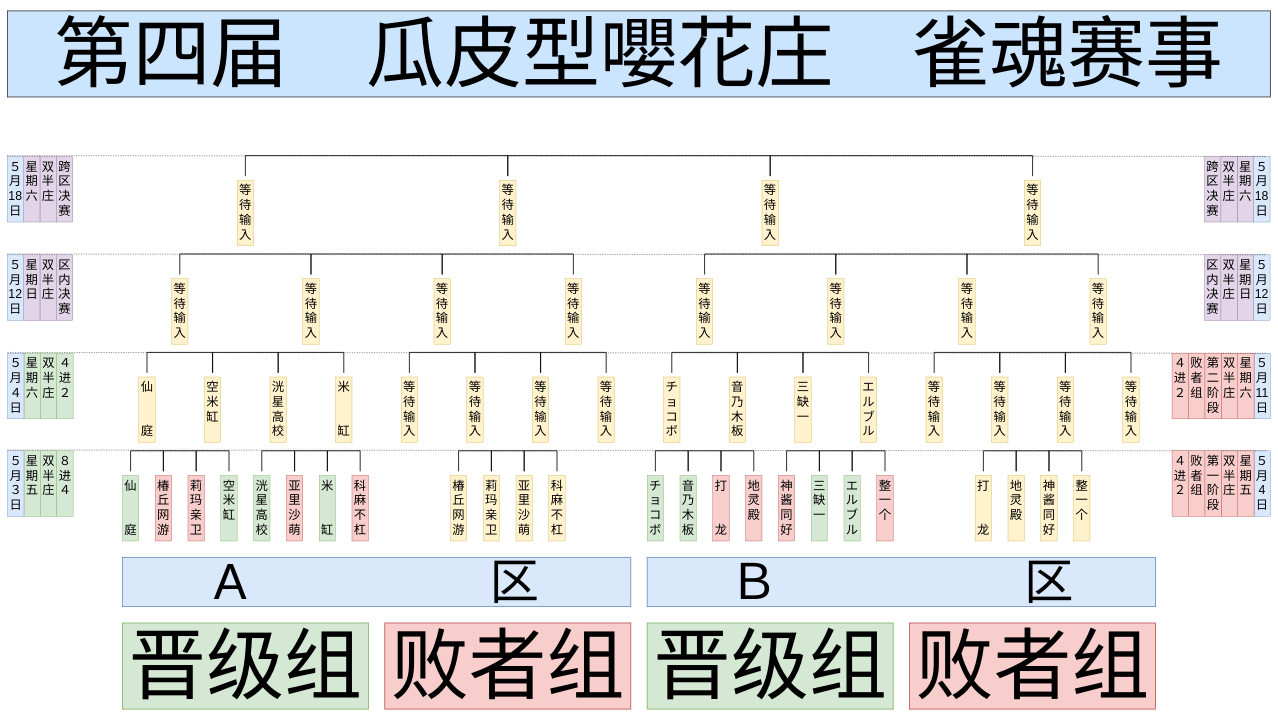
Above: page "4th" (2 of 2) of Tree Diagram/Tree Diagram.drawio in psc2350/pcr.mahjong.hexo (draw.io), before the change. Source tidied: cells renumbered, new cells numbered last; positions are measured from the earlier drawing's top-left corner, leaving out a move shared by most shapes. Both pictures are drawn from the tidied source at 41%, with x=0, y=0 at pixel (7, 11).
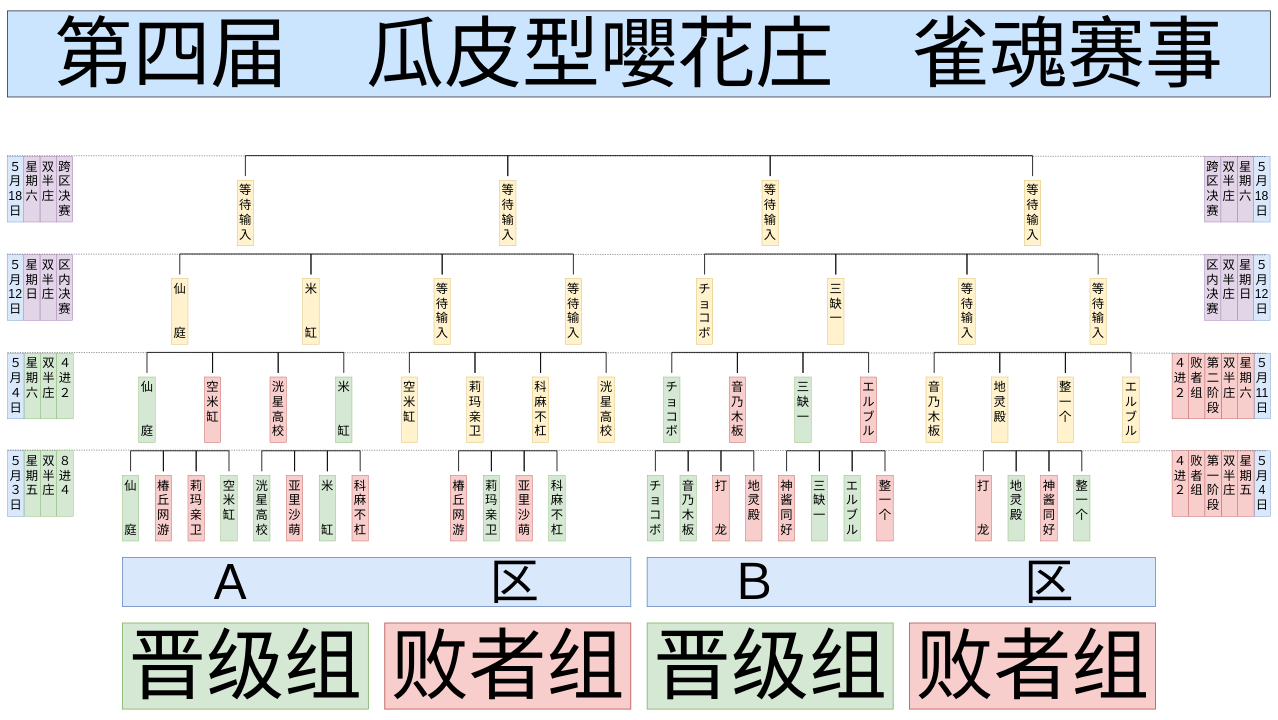
Above is the later version.

Commit message (it also covers changes not shown here):
Tree Diagram

The edit, as a diff of the source:
```diff
@@
-    <mxCell id="9" value="仙&lt;br&gt;&lt;br&gt;&lt;br&gt;庭&lt;br&gt;" style="text;html=1;strokeColor=#d6b656;fillColor=#fff2cc;align=center;verticalAlign=top;whiteSpace=wrap;rounded=0;fontFamily=FZZhunYuan-M02;horizontal=1;fontSize=30;" parent="1" vertex="1">
+    <mxCell id="9" value="仙&lt;br&gt;&lt;br&gt;&lt;br&gt;庭&lt;br&gt;" style="text;html=1;strokeColor=#82b366;fillColor=#d5e8d4;align=center;verticalAlign=top;whiteSpace=wrap;rounded=0;fontFamily=FZZhunYuan-M02;horizontal=1;fontSize=30;" parent="1" vertex="1">
       <mxGeometry x="321" y="893" width="40" height="160" as="geometry" />
     </mxCell>
-    <mxCell id="10" value="空米缸&lt;br&gt;" style="text;html=1;strokeColor=#d6b656;fillColor=#fff2cc;align=center;verticalAlign=top;whiteSpace=wrap;rounded=0;fontFamily=FZZhunYuan-M02;horizontal=1;fontSize=30;" parent="1" vertex="1">
+    <mxCell id="10" value="空米缸&lt;br&gt;" style="text;html=1;strokeColor=#b85450;fillColor=#f8cecc;align=center;verticalAlign=top;whiteSpace=wrap;rounded=0;fontFamily=FZZhunYuan-M02;horizontal=1;fontSize=30;" parent="1" vertex="1">
       <mxGeometry x="481" y="893" width="40" height="160" as="geometry" />
     </mxCell>
@@
-    <mxCell id="18" value="洸星高校&lt;br&gt;" style="text;html=1;strokeColor=#d6b656;fillColor=#fff2cc;align=center;verticalAlign=top;whiteSpace=wrap;rounded=0;fontFamily=FZZhunYuan-M02;horizontal=1;fontSize=30;" parent="1" vertex="1">
+    <mxCell id="18" value="洸星高校&lt;br&gt;" style="text;html=1;strokeColor=#b85450;fillColor=#f8cecc;align=center;verticalAlign=top;whiteSpace=wrap;rounded=0;fontFamily=FZZhunYuan-M02;horizontal=1;fontSize=30;" parent="1" vertex="1">
       <mxGeometry x="641" y="893" width="40" height="160" as="geometry" />
     </mxCell>
-    <mxCell id="19" value="米&lt;br&gt;&lt;br&gt;&lt;br&gt;缸&lt;br&gt;" style="text;html=1;strokeColor=#d6b656;fillColor=#fff2cc;align=center;verticalAlign=top;whiteSpace=wrap;rounded=0;fontFamily=FZZhunYuan-M02;horizontal=1;fontSize=30;" parent="1" vertex="1">
+    <mxCell id="19" value="米&lt;br&gt;&lt;br&gt;&lt;br&gt;缸&lt;br&gt;" style="text;html=1;strokeColor=#82b366;fillColor=#d5e8d4;align=center;verticalAlign=top;whiteSpace=wrap;rounded=0;fontFamily=FZZhunYuan-M02;horizontal=1;fontSize=30;" parent="1" vertex="1">
       <mxGeometry x="801" y="893" width="40" height="160" as="geometry" />
     </mxCell>
@@
-    <mxCell id="22" value="等待输入&lt;br&gt;" style="text;html=1;strokeColor=#d6b656;fillColor=#fff2cc;align=center;verticalAlign=top;whiteSpace=wrap;rounded=0;fontFamily=FZZhunYuan-M02;horizontal=1;fontSize=30;" parent="1" vertex="1">
+    <mxCell id="22" value="仙&lt;br&gt;&lt;br&gt;&lt;br&gt;庭&lt;br&gt;" style="text;html=1;strokeColor=#d6b656;fillColor=#fff2cc;align=center;verticalAlign=top;whiteSpace=wrap;rounded=0;fontFamily=FZZhunYuan-M02;horizontal=1;fontSize=30;" parent="1" vertex="1">
       <mxGeometry x="401" y="653" width="40" height="160" as="geometry" />
     </mxCell>
-    <mxCell id="23" value="等待输入&lt;br style=&quot;font-size: 30px&quot;&gt;" style="text;html=1;strokeColor=#d6b656;fillColor=#fff2cc;align=center;verticalAlign=top;whiteSpace=wrap;rounded=0;fontFamily=FZZhunYuan-M02;horizontal=1;fontSize=30;" parent="1" vertex="1">
+    <mxCell id="23" value="米&lt;br&gt;&lt;br&gt;&lt;br&gt;缸&lt;br&gt;" style="text;html=1;strokeColor=#d6b656;fillColor=#fff2cc;align=center;verticalAlign=top;whiteSpace=wrap;rounded=0;fontFamily=FZZhunYuan-M02;horizontal=1;fontSize=30;" parent="1" vertex="1">
       <mxGeometry x="721" y="653" width="40" height="160" as="geometry" />
     </mxCell>
@@
-    <mxCell id="29" value="椿丘网游" style="text;html=1;align=center;verticalAlign=top;whiteSpace=wrap;rounded=0;fontFamily=FZZhunYuan-M02;horizontal=1;fontSize=30;fillColor=#fff2cc;strokeColor=#d6b656;" parent="1" vertex="1">
+    <mxCell id="29" value="椿丘网游" style="text;html=1;align=center;verticalAlign=top;whiteSpace=wrap;rounded=0;fontFamily=FZZhunYuan-M02;horizontal=1;fontSize=30;fillColor=#f8cecc;strokeColor=#b85450;" parent="1" vertex="1">
       <mxGeometry x="1081" y="1133" width="40" height="160" as="geometry" />
     </mxCell>
-    <mxCell id="30" value="莉玛亲卫&lt;br style=&quot;font-size: 30px&quot;&gt;" style="text;html=1;align=center;verticalAlign=top;whiteSpace=wrap;rounded=0;fontFamily=FZZhunYuan-M02;horizontal=1;fontSize=30;fillColor=#fff2cc;strokeColor=#d6b656;" parent="1" vertex="1">
+    <mxCell id="30" value="莉玛亲卫&lt;br style=&quot;font-size: 30px&quot;&gt;" style="text;html=1;align=center;verticalAlign=top;whiteSpace=wrap;rounded=0;fontFamily=FZZhunYuan-M02;horizontal=1;fontSize=30;fillColor=#d5e8d4;strokeColor=#82b366;" parent="1" vertex="1">
       <mxGeometry x="1161" y="1133" width="40" height="160" as="geometry" />
     </mxCell>
-    <mxCell id="31" value="亚里沙萌&lt;br style=&quot;font-size: 30px&quot;&gt;" style="text;html=1;align=center;verticalAlign=top;whiteSpace=wrap;rounded=0;fontFamily=FZZhunYuan-M02;horizontal=1;fontSize=30;fillColor=#fff2cc;strokeColor=#d6b656;" parent="1" vertex="1">
+    <mxCell id="31" value="亚里沙萌&lt;br style=&quot;font-size: 30px&quot;&gt;" style="text;html=1;align=center;verticalAlign=top;whiteSpace=wrap;rounded=0;fontFamily=FZZhunYuan-M02;horizontal=1;fontSize=30;fillColor=#f8cecc;strokeColor=#b85450;" parent="1" vertex="1">
       <mxGeometry x="1241" y="1133" width="40" height="160" as="geometry" />
     </mxCell>
-    <mxCell id="32" value="科麻不杠&lt;br style=&quot;font-size: 30px&quot;&gt;" style="text;html=1;align=center;verticalAlign=top;whiteSpace=wrap;rounded=0;fontFamily=FZZhunYuan-M02;horizontal=1;fontSize=30;fillColor=#fff2cc;strokeColor=#d6b656;" parent="1" vertex="1">
+    <mxCell id="32" value="科麻不杠&lt;br style=&quot;font-size: 30px&quot;&gt;" style="text;html=1;align=center;verticalAlign=top;whiteSpace=wrap;rounded=0;fontFamily=FZZhunYuan-M02;horizontal=1;fontSize=30;fillColor=#d5e8d4;strokeColor=#82b366;" parent="1" vertex="1">
       <mxGeometry x="1321" y="1133" width="40" height="160" as="geometry" />
     </mxCell>
@@
-    <mxCell id="36" value="等待输入&lt;br&gt;" style="text;html=1;strokeColor=#d6b656;fillColor=#fff2cc;align=center;verticalAlign=top;whiteSpace=wrap;rounded=0;fontFamily=FZZhunYuan-M02;horizontal=1;fontSize=30;" parent="1" vertex="1">
+    <mxCell id="36" value="莉玛亲卫&lt;br&gt;" style="text;html=1;strokeColor=#d6b656;fillColor=#fff2cc;align=center;verticalAlign=top;whiteSpace=wrap;rounded=0;fontFamily=FZZhunYuan-M02;horizontal=1;fontSize=30;" parent="1" vertex="1">
       <mxGeometry x="1121" y="893" width="40" height="160" as="geometry" />
     </mxCell>
-    <mxCell id="37" value="等待输入&lt;br&gt;" style="text;html=1;strokeColor=#d6b656;fillColor=#fff2cc;align=center;verticalAlign=top;whiteSpace=wrap;rounded=0;fontFamily=FZZhunYuan-M02;horizontal=1;fontSize=30;" parent="1" vertex="1">
+    <mxCell id="37" value="科麻不杠&lt;br&gt;" style="text;html=1;strokeColor=#d6b656;fillColor=#fff2cc;align=center;verticalAlign=top;whiteSpace=wrap;rounded=0;fontFamily=FZZhunYuan-M02;horizontal=1;fontSize=30;" parent="1" vertex="1">
       <mxGeometry x="1281" y="893" width="40" height="160" as="geometry" />
     </mxCell>
@@
-    <mxCell id="39" value="等待输入&lt;br&gt;" style="text;html=1;strokeColor=#d6b656;fillColor=#fff2cc;align=center;verticalAlign=top;whiteSpace=wrap;rounded=0;fontFamily=FZZhunYuan-M02;horizontal=1;fontSize=30;" parent="1" vertex="1">
+    <mxCell id="39" value="空米缸&lt;br&gt;" style="text;html=1;strokeColor=#d6b656;fillColor=#fff2cc;align=center;verticalAlign=top;whiteSpace=wrap;rounded=0;fontFamily=FZZhunYuan-M02;horizontal=1;fontSize=30;" parent="1" vertex="1">
       <mxGeometry x="961" y="893" width="40" height="160" as="geometry" />
     </mxCell>
@@
-    <mxCell id="41" value="等待输入&lt;br&gt;" style="text;html=1;strokeColor=#d6b656;fillColor=#fff2cc;align=center;verticalAlign=top;whiteSpace=wrap;rounded=0;fontFamily=FZZhunYuan-M02;horizontal=1;fontSize=30;" parent="1" vertex="1">
+    <mxCell id="41" value="洸星高校&lt;br&gt;" style="text;html=1;strokeColor=#d6b656;fillColor=#fff2cc;align=center;verticalAlign=top;whiteSpace=wrap;rounded=0;fontFamily=FZZhunYuan-M02;horizontal=1;fontSize=30;" parent="1" vertex="1">
       <mxGeometry x="1441" y="893" width="40" height="160" as="geometry" />
     </mxCell>
@@
-    <mxCell id="55" value="チョコボ&lt;br&gt;" style="text;html=1;strokeColor=#d6b656;fillColor=#fff2cc;align=center;verticalAlign=top;whiteSpace=wrap;rounded=0;fontFamily=FZZhunYuan-M02;horizontal=1;fontSize=30;" parent="1" vertex="1">
+    <mxCell id="55" value="チョコボ&lt;br&gt;" style="text;html=1;strokeColor=#82b366;fillColor=#d5e8d4;align=center;verticalAlign=top;whiteSpace=wrap;rounded=0;fontFamily=FZZhunYuan-M02;horizontal=1;fontSize=30;" parent="1" vertex="1">
       <mxGeometry x="1601" y="893" width="40" height="160" as="geometry" />
     </mxCell>
-    <mxCell id="56" value="音乃木板&lt;br&gt;" style="text;html=1;strokeColor=#d6b656;fillColor=#fff2cc;align=center;verticalAlign=top;whiteSpace=wrap;rounded=0;fontFamily=FZZhunYuan-M02;horizontal=1;fontSize=30;" parent="1" vertex="1">
+    <mxCell id="56" value="音乃木板&lt;br&gt;" style="text;html=1;strokeColor=#b85450;fillColor=#f8cecc;align=center;verticalAlign=top;whiteSpace=wrap;rounded=0;fontFamily=FZZhunYuan-M02;horizontal=1;fontSize=30;" parent="1" vertex="1">
       <mxGeometry x="1761" y="893" width="40" height="160" as="geometry" />
     </mxCell>
@@
-    <mxCell id="64" value="三缺一&lt;br&gt;" style="text;html=1;strokeColor=#d6b656;fillColor=#fff2cc;align=center;verticalAlign=top;whiteSpace=wrap;rounded=0;fontFamily=FZZhunYuan-M02;horizontal=1;fontSize=30;" parent="1" vertex="1">
+    <mxCell id="64" value="三缺一&lt;br&gt;" style="text;html=1;strokeColor=#82b366;fillColor=#d5e8d4;align=center;verticalAlign=top;whiteSpace=wrap;rounded=0;fontFamily=FZZhunYuan-M02;horizontal=1;fontSize=30;" parent="1" vertex="1">
       <mxGeometry x="1921" y="893" width="40" height="160" as="geometry" />
     </mxCell>
-    <mxCell id="65" value="エルブル&lt;br style=&quot;font-size: 30px&quot;&gt;" style="text;html=1;strokeColor=#d6b656;fillColor=#fff2cc;align=center;verticalAlign=top;whiteSpace=wrap;rounded=0;fontFamily=FZZhunYuan-M02;horizontal=1;fontSize=30;" parent="1" vertex="1">
+    <mxCell id="65" value="エルブル&lt;br style=&quot;font-size: 30px&quot;&gt;" style="text;html=1;strokeColor=#b85450;fillColor=#f8cecc;align=center;verticalAlign=top;whiteSpace=wrap;rounded=0;fontFamily=FZZhunYuan-M02;horizontal=1;fontSize=30;" parent="1" vertex="1">
       <mxGeometry x="2081" y="893" width="40" height="160" as="geometry" />
     </mxCell>
@@
-    <mxCell id="68" value="等待输入&lt;br&gt;" style="text;html=1;strokeColor=#d6b656;fillColor=#fff2cc;align=center;verticalAlign=top;whiteSpace=wrap;rounded=0;fontFamily=FZZhunYuan-M02;horizontal=1;fontSize=30;" parent="1" vertex="1">
+    <mxCell id="68" value="チョコボ&lt;br&gt;" style="text;html=1;strokeColor=#d6b656;fillColor=#fff2cc;align=center;verticalAlign=top;whiteSpace=wrap;rounded=0;fontFamily=FZZhunYuan-M02;horizontal=1;fontSize=30;" parent="1" vertex="1">
       <mxGeometry x="1681" y="653" width="40" height="160" as="geometry" />
     </mxCell>
-    <mxCell id="69" value="等待输入&lt;br style=&quot;font-size: 30px&quot;&gt;" style="text;html=1;strokeColor=#d6b656;fillColor=#fff2cc;align=center;verticalAlign=top;whiteSpace=wrap;rounded=0;fontFamily=FZZhunYuan-M02;horizontal=1;fontSize=30;" parent="1" vertex="1">
+    <mxCell id="69" value="三缺一&lt;br style=&quot;font-size: 30px&quot;&gt;" style="text;html=1;strokeColor=#d6b656;fillColor=#fff2cc;align=center;verticalAlign=top;whiteSpace=wrap;rounded=0;fontFamily=FZZhunYuan-M02;horizontal=1;fontSize=30;" parent="1" vertex="1">
       <mxGeometry x="2001" y="653" width="40" height="160" as="geometry" />
     </mxCell>
@@
-    <mxCell id="75" value="打&lt;br&gt;&lt;br&gt;&lt;br&gt;龙" style="text;html=1;align=center;verticalAlign=top;whiteSpace=wrap;rounded=0;fontFamily=FZZhunYuan-M02;horizontal=1;fontSize=30;fillColor=#fff2cc;strokeColor=#d6b656;" parent="1" vertex="1">
+    <mxCell id="75" value="打&lt;br&gt;&lt;br&gt;&lt;br&gt;龙" style="text;html=1;align=center;verticalAlign=top;whiteSpace=wrap;rounded=0;fontFamily=FZZhunYuan-M02;horizontal=1;fontSize=30;fillColor=#f8cecc;strokeColor=#b85450;" parent="1" vertex="1">
       <mxGeometry x="2361" y="1133" width="40" height="160" as="geometry" />
     </mxCell>
-    <mxCell id="76" value="&lt;span&gt;地灵殿&lt;/span&gt;&lt;br style=&quot;font-size: 30px&quot;&gt;" style="text;html=1;align=center;verticalAlign=top;whiteSpace=wrap;rounded=0;fontFamily=FZZhunYuan-M02;horizontal=1;fontSize=30;fillColor=#fff2cc;strokeColor=#d6b656;" parent="1" vertex="1">
+    <mxCell id="76" value="&lt;span&gt;地灵殿&lt;/span&gt;&lt;br style=&quot;font-size: 30px&quot;&gt;" style="text;html=1;align=center;verticalAlign=top;whiteSpace=wrap;rounded=0;fontFamily=FZZhunYuan-M02;horizontal=1;fontSize=30;fillColor=#d5e8d4;strokeColor=#82b366;" parent="1" vertex="1">
       <mxGeometry x="2441" y="1133" width="40" height="160" as="geometry" />
     </mxCell>
-    <mxCell id="77" value="神酱同好&lt;br style=&quot;font-size: 30px&quot;&gt;" style="text;html=1;align=center;verticalAlign=top;whiteSpace=wrap;rounded=0;fontFamily=FZZhunYuan-M02;horizontal=1;fontSize=30;fillColor=#fff2cc;strokeColor=#d6b656;" parent="1" vertex="1">
+    <mxCell id="77" value="神酱同好&lt;br style=&quot;font-size: 30px&quot;&gt;" style="text;html=1;align=center;verticalAlign=top;whiteSpace=wrap;rounded=0;fontFamily=FZZhunYuan-M02;horizontal=1;fontSize=30;fillColor=#f8cecc;strokeColor=#b85450;" parent="1" vertex="1">
       <mxGeometry x="2521" y="1133" width="40" height="160" as="geometry" />
     </mxCell>
-    <mxCell id="78" value="&lt;span&gt;整一个&lt;/span&gt;&lt;br style=&quot;font-size: 30px&quot;&gt;" style="text;html=1;align=center;verticalAlign=top;whiteSpace=wrap;rounded=0;fontFamily=FZZhunYuan-M02;horizontal=1;fontSize=30;fillColor=#fff2cc;strokeColor=#d6b656;" parent="1" vertex="1">
+    <mxCell id="78" value="&lt;span&gt;整一个&lt;/span&gt;&lt;br style=&quot;font-size: 30px&quot;&gt;" style="text;html=1;align=center;verticalAlign=top;whiteSpace=wrap;rounded=0;fontFamily=FZZhunYuan-M02;horizontal=1;fontSize=30;fillColor=#d5e8d4;strokeColor=#82b366;" parent="1" vertex="1">
       <mxGeometry x="2601" y="1133" width="40" height="160" as="geometry" />
     </mxCell>
@@
-    <mxCell id="82" value="等待输入&lt;br&gt;" style="text;html=1;strokeColor=#d6b656;fillColor=#fff2cc;align=center;verticalAlign=top;whiteSpace=wrap;rounded=0;fontFamily=FZZhunYuan-M02;horizontal=1;fontSize=30;" parent="1" vertex="1">
+    <mxCell id="82" value="地灵殿&lt;br&gt;" style="text;html=1;strokeColor=#d6b656;fillColor=#fff2cc;align=center;verticalAlign=top;whiteSpace=wrap;rounded=0;fontFamily=FZZhunYuan-M02;horizontal=1;fontSize=30;" parent="1" vertex="1">
       <mxGeometry x="2401" y="893" width="40" height="160" as="geometry" />
     </mxCell>
-    <mxCell id="83" value="等待输入&lt;br&gt;" style="text;html=1;strokeColor=#d6b656;fillColor=#fff2cc;align=center;verticalAlign=top;whiteSpace=wrap;rounded=0;fontFamily=FZZhunYuan-M02;horizontal=1;fontSize=30;" parent="1" vertex="1">
+    <mxCell id="83" value="整一个&lt;br&gt;" style="text;html=1;strokeColor=#d6b656;fillColor=#fff2cc;align=center;verticalAlign=top;whiteSpace=wrap;rounded=0;fontFamily=FZZhunYuan-M02;horizontal=1;fontSize=30;" parent="1" vertex="1">
       <mxGeometry x="2561" y="893" width="40" height="160" as="geometry" />
     </mxCell>
@@
-    <mxCell id="85" value="等待输入&lt;br&gt;" style="text;html=1;strokeColor=#d6b656;fillColor=#fff2cc;align=center;verticalAlign=top;whiteSpace=wrap;rounded=0;fontFamily=FZZhunYuan-M02;horizontal=1;fontSize=30;" parent="1" vertex="1">
+    <mxCell id="85" value="音乃木板&lt;br&gt;" style="text;html=1;strokeColor=#d6b656;fillColor=#fff2cc;align=center;verticalAlign=top;whiteSpace=wrap;rounded=0;fontFamily=FZZhunYuan-M02;horizontal=1;fontSize=30;" parent="1" vertex="1">
       <mxGeometry x="2241" y="893" width="40" height="160" as="geometry" />
     </mxCell>
@@
-    <mxCell id="87" value="等待输入&lt;br&gt;" style="text;html=1;strokeColor=#d6b656;fillColor=#fff2cc;align=center;verticalAlign=top;whiteSpace=wrap;rounded=0;fontFamily=FZZhunYuan-M02;horizontal=1;fontSize=30;" parent="1" vertex="1">
+    <mxCell id="87" value="エルブル&lt;br&gt;" style="text;html=1;strokeColor=#d6b656;fillColor=#fff2cc;align=center;verticalAlign=top;whiteSpace=wrap;rounded=0;fontFamily=FZZhunYuan-M02;horizontal=1;fontSize=30;" parent="1" vertex="1">
       <mxGeometry x="2721" y="893" width="40" height="160" as="geometry" />
     </mxCell>
```
